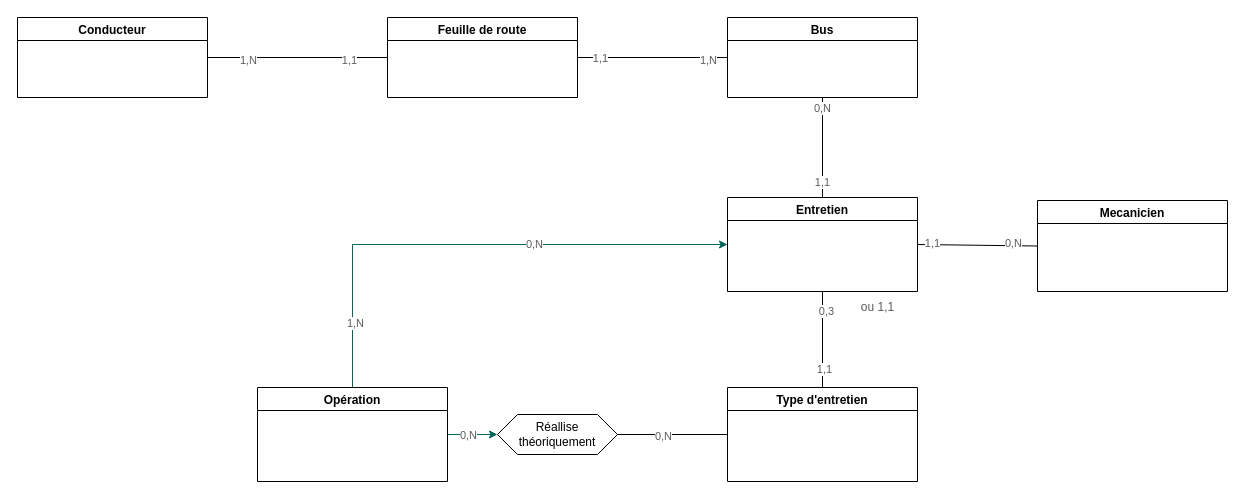
This is page "Prof EA" (8 of 9) of Diagramme sans nom.drawio from michaelnba23/Ichec, a draw.io file, before an edit. Source tidied: cells renumbered, new cells numbered last; positions are measured from the earlier drawing's top-left corner, leaving out a move shared by most shapes. Both pictures are drawn from the tidied source at 100%, with x=0, y=0 at pixel (17, 17).
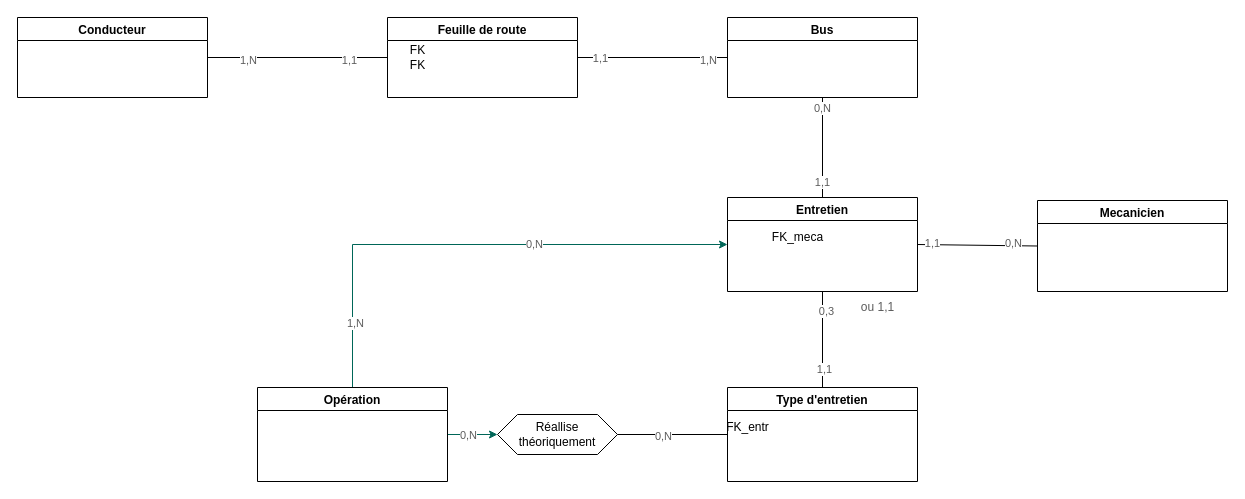
Above is the later version.

What changed in the source:
```diff
@@
+    <mxCell id="33" value="FK&lt;br&gt;FK" style="text;html=1;align=center;verticalAlign=middle;strokeColor=none;fillColor=none;" parent="1" vertex="1">
+      <mxGeometry x="380" y="20" width="40" height="40" as="geometry" />
+    </mxCell>
+    <mxCell id="34" value="FK_entr" style="text;html=1;align=center;verticalAlign=middle;strokeColor=none;fillColor=none;" parent="1" vertex="1">
+      <mxGeometry x="695" y="395" width="70" height="30" as="geometry" />
+    </mxCell>
+    <mxCell id="35" value="FK_meca" style="text;html=1;align=center;verticalAlign=middle;strokeColor=none;fillColor=none;" parent="1" vertex="1">
+      <mxGeometry x="745" y="205" width="70" height="30" as="geometry" />
+    </mxCell>
```
